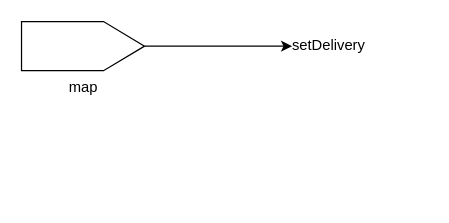
Earlier version of the draw.io diagram AccumulatePlusPump.drawio (suzuki-taro-29/FRP-chap4-diagrams). Source tidied: cells renumbered, new cells numbered last; positions are measured from the earlier drawing's top-left corner, leaving out a move shared by most shapes. Both pictures are drawn from the tidied source at 123%, with x=0, y=0 at pixel (21, 21).
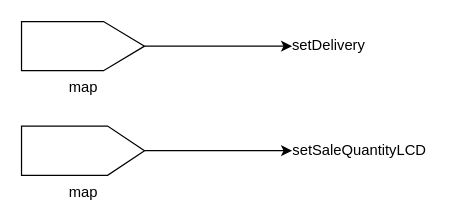
The same diagram, later.

Commit message (it also covers changes not shown here):
AccumulatePlusPump.drawio を更新します

What changed in the source:
```diff
@@
 <mxGraphModel>
   <root>
     <mxCell id="0" />
     <mxCell id="1" parent="0" />
     <mxCell id="2" value="map" style="verticalLabelPosition=bottom;verticalAlign=top;html=1;shape=offPageConnector;rounded=0;size=0.3333333333333333;direction=north;" parent="1" vertex="1">
       <mxGeometry width="100" height="40" as="geometry" />
     </mxCell>
     <mxCell id="3" style="endArrow=classic;html=1;rounded=0;exitX=0.5;exitY=1;exitDx=0;exitDy=0;entryX=0;entryY=0.5;entryDx=0;entryDy=0;" parent="1" edge="1" source="2" target="4">
       <mxGeometry relative="1" as="geometry" />
     </mxCell>
     <mxCell id="4" value="setDelivery" style="text;html=1;align=center;verticalAlign=middle;whiteSpace=wrap;rounded=0;" parent="1" vertex="1">
       <mxGeometry x="220" y="5" width="60" height="30" as="geometry" />
     </mxCell>
+    <mxCell id="5" value="map" style="verticalLabelPosition=bottom;verticalAlign=top;html=1;shape=offPageConnector;rounded=0;size=0.3;direction=north;" parent="1" vertex="1">
+      <mxGeometry y="85" width="100" height="40" as="geometry" />
+    </mxCell>
+    <mxCell id="6" style="endArrow=classic;html=1;rounded=0;exitX=0.5;exitY=1;exitDx=0;exitDy=0;" parent="1" edge="1" source="5">
+      <mxGeometry relative="1" as="geometry">
+        <mxPoint x="220" y="105" as="targetPoint" />
+      </mxGeometry>
+    </mxCell>
+    <mxCell id="7" value="setSaleQuantityLCD" style="text;html=1;align=center;verticalAlign=middle;whiteSpace=wrap;rounded=0;" parent="1" vertex="1">
+      <mxGeometry x="220" y="90" width="110" height="30" as="geometry" />
+    </mxCell>
   </root>
 </mxGraphModel>
```
